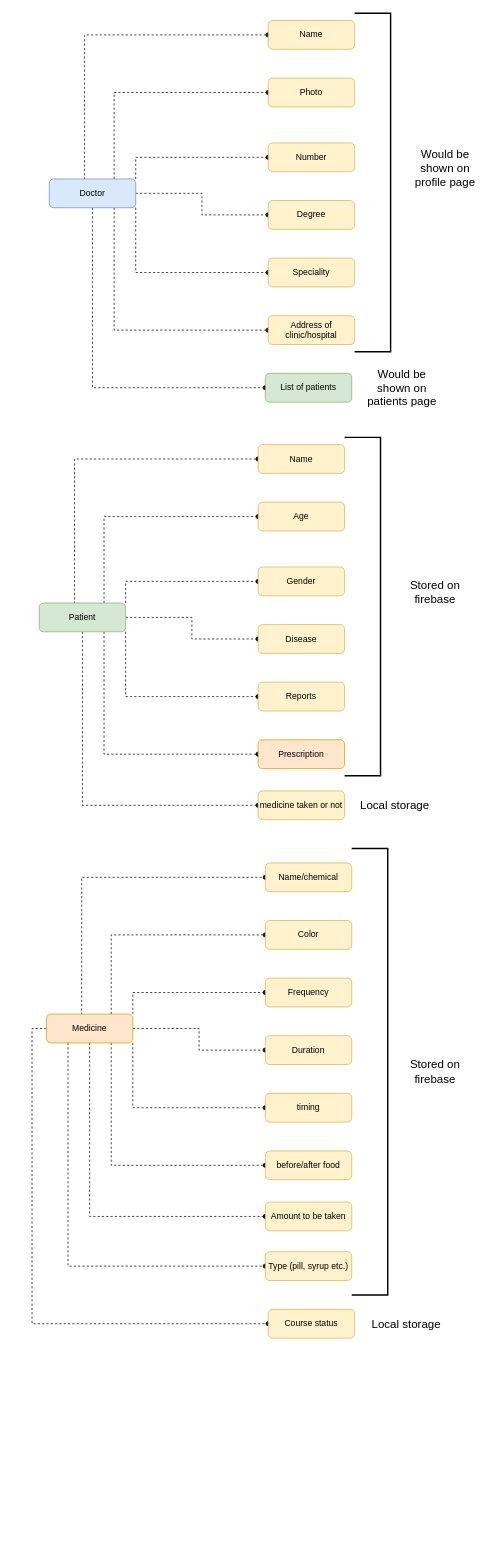
The draw.io diagram page "Firebase data base" (3 of 3) of Untitled Diagram.drawio in Illusion47586/medico, before the edit. Source tidied: cells renumbered, new cells numbered last; positions are measured from the earlier drawing's top-left corner, leaving out a move shared by most shapes. Both pictures are drawn from the tidied source at 72%, with x=0, y=0 at pixel (39, 13).
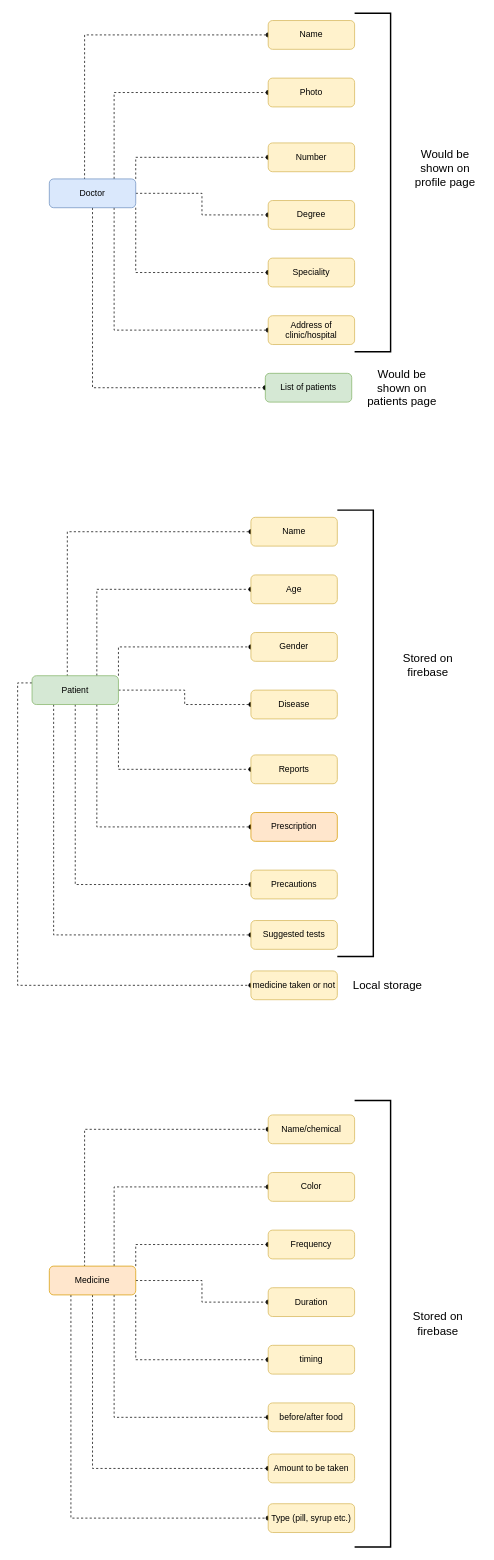
Above is the later version.

Commit message:
updated data base

The edit, as a diff of the source:
```diff
@@
-    <mxCell id="26" style="edgeStyle=orthogonalEdgeStyle;rounded=0;jettySize=auto;html=1;exitX=0.5;exitY=1;exitDx=0;exitDy=0;entryX=0;entryY=0.5;entryDx=0;entryDy=0;dashed=1;endArrow=oval;endFill=1;" parent="1" edge="1" source="27" target="28">
+    <mxCell id="26" style="edgeStyle=orthogonalEdgeStyle;rounded=0;jettySize=auto;html=1;exitX=0;exitY=0.25;exitDx=0;exitDy=0;entryX=0;entryY=0.5;entryDx=0;entryDy=0;dashed=1;endArrow=oval;endFill=1;" parent="1" edge="1" source="27" target="28">
       <mxGeometry relative="1" as="geometry" />
     </mxCell>
+    <mxCell id="60" style="edgeStyle=orthogonalEdgeStyle;rounded=0;jettySize=auto;html=1;exitX=0.5;exitY=1;exitDx=0;exitDy=0;entryX=0;entryY=0.5;entryDx=0;entryDy=0;dashed=1;endArrow=oval;endFill=1;fontSize=16;" parent="1" edge="1" source="27" target="62">
+      <mxGeometry relative="1" as="geometry" />
+    </mxCell>
+    <mxCell id="61" style="edgeStyle=orthogonalEdgeStyle;rounded=0;jettySize=auto;html=1;exitX=0.25;exitY=1;exitDx=0;exitDy=0;entryX=0;entryY=0.5;entryDx=0;entryDy=0;dashed=1;endArrow=oval;endFill=1;fontSize=16;" parent="1" edge="1" source="27" target="63">
+      <mxGeometry relative="1" as="geometry" />
+    </mxCell>
     <mxCell id="27" value="Patient" style="rounded=1;whiteSpace=wrap;html=1;fontSize=12;glass=0;strokeWidth=1;shadow=0;fillColor=#d5e8d4;strokeColor=#82b366;" parent="1" vertex="1">
-      <mxGeometry y="819" width="120" height="40" as="geometry" />
+      <mxGeometry x="-10" y="920" width="120" height="40" as="geometry" />
     </mxCell>
     <mxCell id="28" value="medicine taken or not" style="rounded=1;whiteSpace=wrap;html=1;fontSize=12;glass=0;strokeWidth=1;shadow=0;fillColor=#fff2cc;strokeColor=#d6b656;" parent="1" vertex="1">
-      <mxGeometry x="304" y="1080" width="120" height="40" as="geometry" />
+      <mxGeometry x="294" y="1330" width="120" height="40" as="geometry" />
     </mxCell>
     <mxCell id="29" value="Name" style="rounded=1;whiteSpace=wrap;html=1;fontSize=12;glass=0;strokeWidth=1;shadow=0;fillColor=#fff2cc;strokeColor=#d6b656;" parent="1" vertex="1">
-      <mxGeometry x="304" y="599" width="120" height="40" as="geometry" />
+      <mxGeometry x="294" y="700" width="120" height="40" as="geometry" />
     </mxCell>
     <mxCell id="30" value="Gender" style="rounded=1;whiteSpace=wrap;html=1;fontSize=12;glass=0;strokeWidth=1;shadow=0;fillColor=#fff2cc;strokeColor=#d6b656;" parent="1" vertex="1">
-      <mxGeometry x="304" y="769" width="120" height="40" as="geometry" />
+      <mxGeometry x="294" y="860" width="120" height="40" as="geometry" />
     </mxCell>
     <mxCell id="31" value="Disease" style="rounded=1;whiteSpace=wrap;html=1;fontSize=12;glass=0;strokeWidth=1;shadow=0;fillColor=#fff2cc;strokeColor=#d6b656;" parent="1" vertex="1">
-      <mxGeometry x="304" y="849" width="120" height="40" as="geometry" />
+      <mxGeometry x="294" y="940" width="120" height="40" as="geometry" />
     </mxCell>
     <mxCell id="32" value="Prescription" style="rounded=1;whiteSpace=wrap;html=1;fontSize=12;glass=0;strokeWidth=1;shadow=0;fillColor=#ffe6cc;strokeColor=#d79b00;" parent="1" vertex="1">
-      <mxGeometry x="304" y="1009" width="120" height="40" as="geometry" />
+      <mxGeometry x="294" y="1110" width="120" height="40" as="geometry" />
     </mxCell>
     <mxCell id="33" value="Age" style="rounded=1;whiteSpace=wrap;html=1;fontSize=12;glass=0;strokeWidth=1;shadow=0;fillColor=#fff2cc;strokeColor=#d6b656;" parent="1" vertex="1">
-      <mxGeometry x="304" y="679" width="120" height="40" as="geometry" />
+      <mxGeometry x="294" y="780" width="120" height="40" as="geometry" />
     </mxCell>
     <mxCell id="34" value="Reports" style="rounded=1;whiteSpace=wrap;html=1;fontSize=12;glass=0;strokeWidth=1;shadow=0;fillColor=#fff2cc;strokeColor=#d6b656;" parent="1" vertex="1">
-      <mxGeometry x="304" y="929" width="120" height="40" as="geometry" />
+      <mxGeometry x="294" y="1030" width="120" height="40" as="geometry" />
     </mxCell>
     <mxCell id="35" style="strokeWidth=2;html=1;shape=mxgraph.flowchart.annotation_1;align=left;rotation=-180;" parent="1" vertex="1">
-      <mxGeometry x="424" y="589" width="50" height="470" as="geometry" />
+      <mxGeometry x="414" y="690" width="50" height="620" as="geometry" />
     </mxCell>
     <mxCell id="36" value="Stored on firebase" style="text;html=1;strokeColor=none;fillColor=none;align=center;verticalAlign=middle;whiteSpace=wrap;rounded=0;fontSize=16;" parent="1" vertex="1">
-      <mxGeometry x="500" y="789" width="100" height="30" as="geometry" />
+      <mxGeometry x="490" y="890" width="100" height="30" as="geometry" />
     </mxCell>
     <mxCell id="37" value="Local storage" style="text;html=1;strokeColor=none;fillColor=none;align=center;verticalAlign=middle;whiteSpace=wrap;rounded=0;fontSize=16;" parent="1" vertex="1">
-      <mxGeometry x="444" y="1085" width="100" height="30" as="geometry" />
+      <mxGeometry x="434" y="1335" width="100" height="30" as="geometry" />
     </mxCell>
@@
-    <mxCell id="46" style="edgeStyle=orthogonalEdgeStyle;rounded=0;jettySize=auto;html=1;exitX=0;exitY=0.5;exitDx=0;exitDy=0;entryX=0;entryY=0.5;entryDx=0;entryDy=0;dashed=1;endArrow=oval;endFill=1;fontSize=16;" parent="1" edge="1" source="47" target="59">
-      <mxGeometry relative="1" as="geometry" />
-    </mxCell>
     <mxCell id="47" value="Medicine" style="rounded=1;whiteSpace=wrap;html=1;fontSize=12;glass=0;strokeWidth=1;shadow=0;fillColor=#ffe6cc;strokeColor=#d79b00;" parent="1" vertex="1">
-      <mxGeometry x="10" y="1390" width="120" height="40" as="geometry" />
+      <mxGeometry x="14" y="1740" width="120" height="40" as="geometry" />
     </mxCell>
     <mxCell id="48" value="Amount to be taken" style="rounded=1;whiteSpace=wrap;html=1;fontSize=12;glass=0;strokeWidth=1;shadow=0;fillColor=#fff2cc;strokeColor=#d6b656;" parent="1" vertex="1">
-      <mxGeometry x="314" y="1651" width="120" height="40" as="geometry" />
+      <mxGeometry x="318" y="2001" width="120" height="40" as="geometry" />
     </mxCell>
     <mxCell id="49" value="Name/chemical" style="rounded=1;whiteSpace=wrap;html=1;fontSize=12;glass=0;strokeWidth=1;shadow=0;fillColor=#fff2cc;strokeColor=#d6b656;" parent="1" vertex="1">
-      <mxGeometry x="314" y="1180" width="120" height="40" as="geometry" />
+      <mxGeometry x="318" y="1530" width="120" height="40" as="geometry" />
     </mxCell>
     <mxCell id="50" value="Frequency" style="rounded=1;whiteSpace=wrap;html=1;fontSize=12;glass=0;strokeWidth=1;shadow=0;fillColor=#fff2cc;strokeColor=#d6b656;" parent="1" vertex="1">
-      <mxGeometry x="314" y="1340" width="120" height="40" as="geometry" />
+      <mxGeometry x="318" y="1690" width="120" height="40" as="geometry" />
     </mxCell>
     <mxCell id="51" value="Duration" style="rounded=1;whiteSpace=wrap;html=1;fontSize=12;glass=0;strokeWidth=1;shadow=0;fillColor=#fff2cc;strokeColor=#d6b656;" parent="1" vertex="1">
-      <mxGeometry x="314" y="1420" width="120" height="40" as="geometry" />
+      <mxGeometry x="318" y="1770" width="120" height="40" as="geometry" />
     </mxCell>
     <mxCell id="52" value="before/after food" style="rounded=1;whiteSpace=wrap;html=1;fontSize=12;glass=0;strokeWidth=1;shadow=0;fillColor=#fff2cc;strokeColor=#d6b656;" parent="1" vertex="1">
-      <mxGeometry x="314" y="1580" width="120" height="40" as="geometry" />
+      <mxGeometry x="318" y="1930" width="120" height="40" as="geometry" />
     </mxCell>
     <mxCell id="53" value="Color" style="rounded=1;whiteSpace=wrap;html=1;fontSize=12;glass=0;strokeWidth=1;shadow=0;fillColor=#fff2cc;strokeColor=#d6b656;" parent="1" vertex="1">
-      <mxGeometry x="314" y="1260" width="120" height="40" as="geometry" />
+      <mxGeometry x="318" y="1610" width="120" height="40" as="geometry" />
     </mxCell>
     <mxCell id="54" value="timing" style="rounded=1;whiteSpace=wrap;html=1;fontSize=12;glass=0;strokeWidth=1;shadow=0;fillColor=#fff2cc;strokeColor=#d6b656;" parent="1" vertex="1">
-      <mxGeometry x="314" y="1500" width="120" height="40" as="geometry" />
+      <mxGeometry x="318" y="1850" width="120" height="40" as="geometry" />
     </mxCell>
     <mxCell id="55" style="strokeWidth=2;html=1;shape=mxgraph.flowchart.annotation_1;align=left;rotation=-180;" parent="1" vertex="1">
-      <mxGeometry x="434" y="1160" width="50" height="620" as="geometry" />
+      <mxGeometry x="438" y="1510" width="50" height="620" as="geometry" />
     </mxCell>
     <mxCell id="56" value="Stored on firebase" style="text;html=1;strokeColor=none;fillColor=none;align=center;verticalAlign=middle;whiteSpace=wrap;rounded=0;fontSize=16;" parent="1" vertex="1">
-      <mxGeometry x="500" y="1455" width="100" height="30" as="geometry" />
+      <mxGeometry x="504" y="1805" width="100" height="30" as="geometry" />
     </mxCell>
-    <mxCell id="57" value="Local storage" style="text;html=1;strokeColor=none;fillColor=none;align=center;verticalAlign=middle;whiteSpace=wrap;rounded=0;fontSize=16;" parent="1" vertex="1">
-      <mxGeometry x="460" y="1805" width="100" height="30" as="geometry" />
-    </mxCell>
     <mxCell id="58" value="Type (pill, syrup etc.)" style="rounded=1;whiteSpace=wrap;html=1;fontSize=12;glass=0;strokeWidth=1;shadow=0;fillColor=#fff2cc;strokeColor=#d6b656;" parent="1" vertex="1">
-      <mxGeometry x="314" y="1720" width="120" height="40" as="geometry" />
+      <mxGeometry x="318" y="2070" width="120" height="40" as="geometry" />
     </mxCell>
-    <mxCell id="59" value="Course status" style="rounded=1;whiteSpace=wrap;html=1;fontSize=12;glass=0;strokeWidth=1;shadow=0;fillColor=#fff2cc;strokeColor=#d6b656;" parent="1" vertex="1">
-      <mxGeometry x="318" y="1800" width="120" height="40" as="geometry" />
-    </mxCell>
+    <mxCell id="62" value="Precautions" style="rounded=1;whiteSpace=wrap;html=1;fontSize=12;glass=0;strokeWidth=1;shadow=0;fillColor=#fff2cc;strokeColor=#d6b656;" parent="1" vertex="1">
+      <mxGeometry x="294" y="1190" width="120" height="40" as="geometry" />
+    </mxCell>
+    <mxCell id="63" value="Suggested tests" style="rounded=1;whiteSpace=wrap;html=1;fontSize=12;glass=0;strokeWidth=1;shadow=0;fillColor=#fff2cc;strokeColor=#d6b656;" parent="1" vertex="1">
+      <mxGeometry x="294" y="1260" width="120" height="40" as="geometry" />
+    </mxCell>
```
